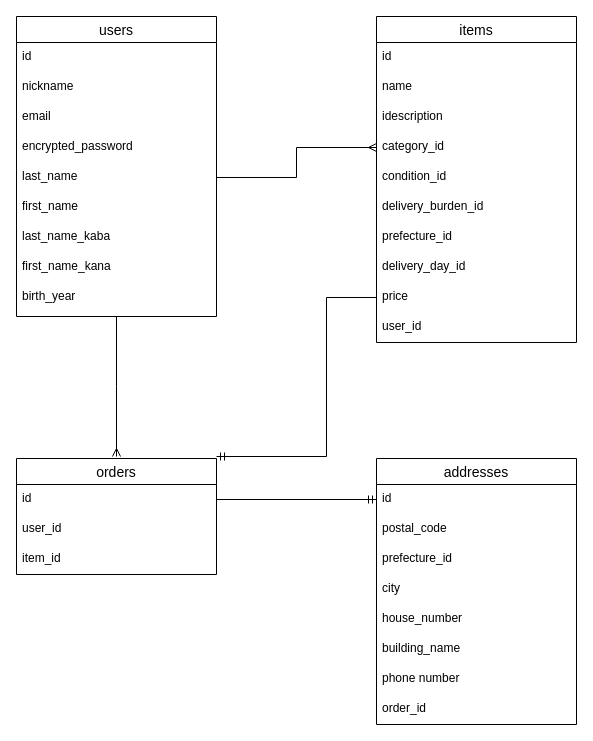
The draw.io diagram er.dio in 7563Yui7564/furima-36118, before the edit. Source tidied: cells renumbered, new cells numbered last; positions are measured from the earlier drawing's top-left corner, leaving out a move shared by most shapes. Both pictures are drawn from the tidied source at 100%, with x=0, y=0 at pixel (16, 16).
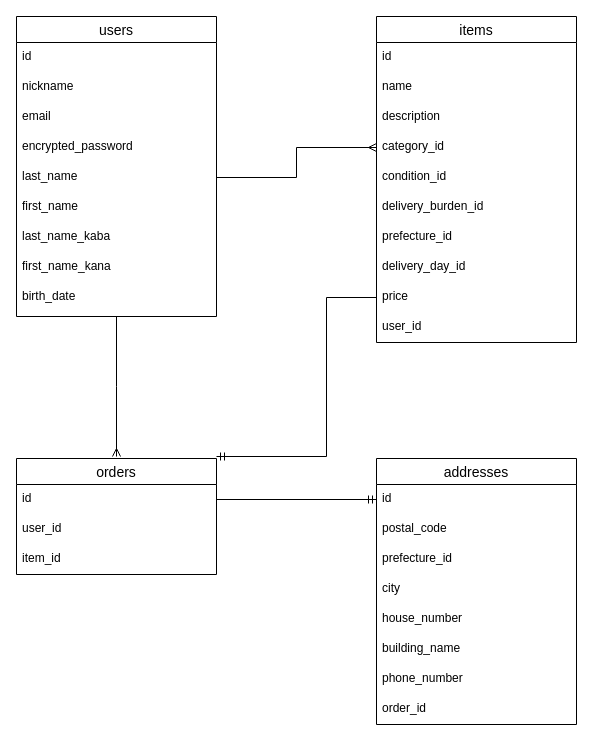
After the change.

Commit message:
データベース修正-5

The change refers to these unchanged cells:
```xml
<mxCell id="3" value="users" style="swimlane;fontStyle=0;horizontal=1;startSize=26;align=center;fontSize=14;" parent="1" vertex="1">
  <mxGeometry width="200" height="300" as="geometry" />
</mxCell>
<mxCell id="13" value="items" style="swimlane;fontStyle=0;horizontal=1;startSize=26;align=center;fontSize=14;" parent="1" vertex="1">
  <mxGeometry x="360" width="200" height="326" as="geometry" />
</mxCell>
<mxCell id="28" value="addresses" style="swimlane;fontStyle=0;horizontal=1;startSize=26;align=center;fontSize=14;" parent="1" vertex="1">
  <mxGeometry x="360" y="442" width="200" height="266" as="geometry" />
</mxCell>
```

Diff of the diagram source:
```diff
@@
-    <mxCell id="12" value="birth_year" style="text;strokeColor=none;fillColor=none;spacingLeft=4;spacingRight=4;overflow=hidden;fontSize=12;" parent="3" vertex="1">
+    <mxCell id="12" value="birth_date" style="text;strokeColor=none;fillColor=none;spacingLeft=4;spacingRight=4;overflow=hidden;fontSize=12;" parent="3" vertex="1">
       <mxGeometry y="266" width="200" height="34" as="geometry" />
     </mxCell>
@@
-    <mxCell id="16" value="idescription" style="text;strokeColor=none;fillColor=none;spacingLeft=4;spacingRight=4;overflow=hidden;fontSize=12;" parent="13" vertex="1">
+    <mxCell id="16" value="description" style="text;strokeColor=none;fillColor=none;spacingLeft=4;spacingRight=4;overflow=hidden;fontSize=12;" parent="13" vertex="1">
       <mxGeometry y="86" width="200" height="30" as="geometry" />
     </mxCell>
@@
-    <mxCell id="35" value="phone number" style="text;strokeColor=none;fillColor=none;spacingLeft=4;spacingRight=4;overflow=hidden;fontSize=12;" parent="28" vertex="1">
+    <mxCell id="35" value="phone_number" style="text;strokeColor=none;fillColor=none;spacingLeft=4;spacingRight=4;overflow=hidden;fontSize=12;" parent="28" vertex="1">
       <mxGeometry y="206" width="200" height="30" as="geometry" />
     </mxCell>
```
